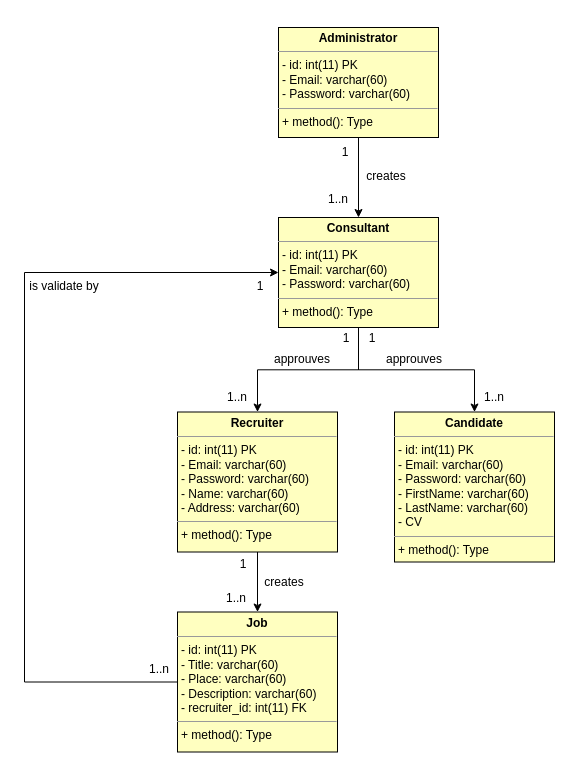
Before: page "Classe" (3 of 3) of agence.drawio in CaroVez/agenceRecrutement, a draw.io diagram. Source tidied: cells renumbered, new cells numbered last; positions are measured from the earlier drawing's top-left corner, leaving out a move shared by most shapes. Both pictures are drawn from the tidied source at 100%, with x=0, y=0 at pixel (24, 27).
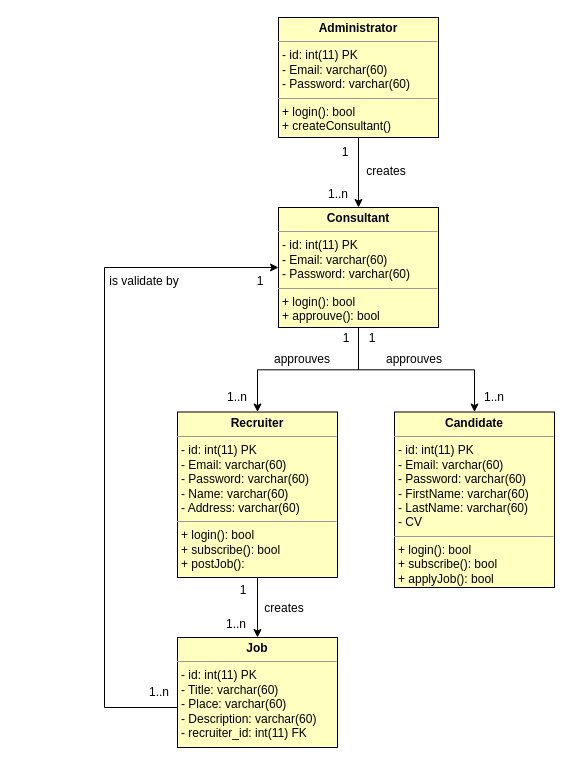
After the change.

The edit, as a diff of the source:
```diff
@@
-    <mxCell id="3" value="&lt;p style=&quot;margin:0px;margin-top:4px;text-align:center;&quot;&gt;&lt;b&gt;Administrator&lt;/b&gt;&lt;/p&gt;&lt;hr size=&quot;1&quot;&gt;&lt;p style=&quot;margin:0px;margin-left:4px;&quot;&gt;- id: int(11) PK&lt;/p&gt;&lt;p style=&quot;margin:0px;margin-left:4px;&quot;&gt;- Email: varchar(60)&lt;/p&gt;&lt;p style=&quot;margin:0px;margin-left:4px;&quot;&gt;- Password: varchar(60)&lt;/p&gt;&lt;hr size=&quot;1&quot;&gt;&lt;p style=&quot;margin:0px;margin-left:4px;&quot;&gt;+ method(): Type&lt;/p&gt;" style="verticalAlign=top;align=left;overflow=fill;fontSize=12;fontFamily=Helvetica;html=1;fillColor=#FFFFC0;" parent="1" vertex="1">
-      <mxGeometry x="254" width="160" height="110" as="geometry" />
+    <mxCell id="3" value="&lt;p style=&quot;margin:0px;margin-top:4px;text-align:center;&quot;&gt;&lt;b&gt;Administrator&lt;/b&gt;&lt;/p&gt;&lt;hr size=&quot;1&quot;&gt;&lt;p style=&quot;margin:0px;margin-left:4px;&quot;&gt;- id: int(11) PK&lt;/p&gt;&lt;p style=&quot;margin:0px;margin-left:4px;&quot;&gt;- Email: varchar(60)&lt;/p&gt;&lt;p style=&quot;margin:0px;margin-left:4px;&quot;&gt;- Password: varchar(60)&lt;/p&gt;&lt;hr size=&quot;1&quot;&gt;&lt;p style=&quot;margin:0px;margin-left:4px;&quot;&gt;+ login(): bool&lt;/p&gt;&lt;p style=&quot;margin:0px;margin-left:4px;&quot;&gt;+ createConsultant()&lt;/p&gt;" style="verticalAlign=top;align=left;overflow=fill;fontSize=12;fontFamily=Helvetica;html=1;fillColor=#FFFFC0;" parent="1" vertex="1">
+      <mxGeometry x="254" y="-10" width="160" height="120" as="geometry" />
     </mxCell>
@@
-    <mxCell id="6" value="&lt;p style=&quot;margin:0px;margin-top:4px;text-align:center;&quot;&gt;&lt;b&gt;Consultant&lt;/b&gt;&lt;/p&gt;&lt;hr size=&quot;1&quot;&gt;&lt;p style=&quot;margin:0px;margin-left:4px;&quot;&gt;- id: int(11) PK&lt;br&gt;&lt;/p&gt;&lt;p style=&quot;margin:0px;margin-left:4px;&quot;&gt;- Email: varchar(60)&lt;/p&gt;&lt;p style=&quot;margin:0px;margin-left:4px;&quot;&gt;- Password: varchar(60)&lt;/p&gt;&lt;hr size=&quot;1&quot;&gt;&lt;p style=&quot;margin:0px;margin-left:4px;&quot;&gt;+ method(): Type&lt;/p&gt;" style="verticalAlign=top;align=left;overflow=fill;fontSize=12;fontFamily=Helvetica;html=1;fillColor=#FFFFC0;" parent="1" vertex="1">
-      <mxGeometry x="254" y="190" width="160" height="110" as="geometry" />
+    <mxCell id="6" value="&lt;p style=&quot;margin:0px;margin-top:4px;text-align:center;&quot;&gt;&lt;b&gt;Consultant&lt;/b&gt;&lt;/p&gt;&lt;hr size=&quot;1&quot;&gt;&lt;p style=&quot;margin:0px;margin-left:4px;&quot;&gt;- id: int(11) PK&lt;br&gt;&lt;/p&gt;&lt;p style=&quot;margin:0px;margin-left:4px;&quot;&gt;- Email: varchar(60)&lt;/p&gt;&lt;p style=&quot;margin:0px;margin-left:4px;&quot;&gt;- Password: varchar(60)&lt;/p&gt;&lt;hr size=&quot;1&quot;&gt;&lt;p style=&quot;margin: 0px 0px 0px 4px;&quot;&gt;+ login(): bool&lt;/p&gt;&lt;p style=&quot;margin: 0px 0px 0px 4px;&quot;&gt;+ approuve(): bool&lt;/p&gt;" style="verticalAlign=top;align=left;overflow=fill;fontSize=12;fontFamily=Helvetica;html=1;fillColor=#FFFFC0;" parent="1" vertex="1">
+      <mxGeometry x="254" y="180" width="160" height="120" as="geometry" />
     </mxCell>
@@
-    <mxCell id="8" value="&lt;p style=&quot;margin:0px;margin-top:4px;text-align:center;&quot;&gt;&lt;b&gt;Recruiter&lt;/b&gt;&lt;/p&gt;&lt;hr size=&quot;1&quot;&gt;&lt;p style=&quot;margin:0px;margin-left:4px;&quot;&gt;- id: int(11) PK&lt;br&gt;&lt;/p&gt;&lt;p style=&quot;margin:0px;margin-left:4px;&quot;&gt;- Email: varchar(60)&lt;/p&gt;&lt;p style=&quot;margin:0px;margin-left:4px;&quot;&gt;- Password: varchar(60)&lt;/p&gt;&lt;p style=&quot;margin:0px;margin-left:4px;&quot;&gt;- Name: varchar(60)&lt;/p&gt;&lt;p style=&quot;margin:0px;margin-left:4px;&quot;&gt;- Address: varchar(60)&lt;/p&gt;&lt;hr size=&quot;1&quot;&gt;&lt;p style=&quot;margin:0px;margin-left:4px;&quot;&gt;+ method(): Type&lt;/p&gt;" style="verticalAlign=top;align=left;overflow=fill;fontSize=12;fontFamily=Helvetica;html=1;fillColor=#FFFFC0;" parent="1" vertex="1">
-      <mxGeometry x="153" y="384.5" width="160" height="140" as="geometry" />
+    <mxCell id="8" value="&lt;p style=&quot;margin:0px;margin-top:4px;text-align:center;&quot;&gt;&lt;b&gt;Recruiter&lt;/b&gt;&lt;/p&gt;&lt;hr size=&quot;1&quot;&gt;&lt;p style=&quot;margin:0px;margin-left:4px;&quot;&gt;- id: int(11) PK&lt;br&gt;&lt;/p&gt;&lt;p style=&quot;margin:0px;margin-left:4px;&quot;&gt;- Email: varchar(60)&lt;/p&gt;&lt;p style=&quot;margin:0px;margin-left:4px;&quot;&gt;- Password: varchar(60)&lt;/p&gt;&lt;p style=&quot;margin:0px;margin-left:4px;&quot;&gt;- Name: varchar(60)&lt;/p&gt;&lt;p style=&quot;margin:0px;margin-left:4px;&quot;&gt;- Address: varchar(60)&lt;/p&gt;&lt;hr size=&quot;1&quot;&gt;&lt;p style=&quot;margin: 0px 0px 0px 4px;&quot;&gt;+ login(): bool&lt;/p&gt;&lt;p style=&quot;margin: 0px 0px 0px 4px;&quot;&gt;+ subscribe(): bool&lt;/p&gt;&lt;p style=&quot;margin: 0px 0px 0px 4px;&quot;&gt;+ postJob():&lt;/p&gt;" style="verticalAlign=top;align=left;overflow=fill;fontSize=12;fontFamily=Helvetica;html=1;fillColor=#FFFFC0;" parent="1" vertex="1">
+      <mxGeometry x="153" y="384.5" width="160" height="165.5" as="geometry" />
     </mxCell>
-    <mxCell id="9" value="&lt;p style=&quot;margin:0px;margin-top:4px;text-align:center;&quot;&gt;&lt;b&gt;Candidate&lt;/b&gt;&lt;/p&gt;&lt;hr size=&quot;1&quot;&gt;&lt;p style=&quot;margin:0px;margin-left:4px;&quot;&gt;- id: int(11) PK&lt;br&gt;&lt;/p&gt;&lt;p style=&quot;margin:0px;margin-left:4px;&quot;&gt;- Email: varchar(60)&lt;/p&gt;&lt;p style=&quot;margin:0px;margin-left:4px;&quot;&gt;- Password: varchar(60)&lt;/p&gt;&lt;p style=&quot;margin:0px;margin-left:4px;&quot;&gt;- FirstName: varchar(60)&lt;/p&gt;&lt;p style=&quot;margin:0px;margin-left:4px;&quot;&gt;- LastName: varchar(60)&lt;/p&gt;&lt;p style=&quot;margin:0px;margin-left:4px;&quot;&gt;- CV&lt;/p&gt;&lt;hr size=&quot;1&quot;&gt;&lt;p style=&quot;margin:0px;margin-left:4px;&quot;&gt;+ method(): Type&lt;/p&gt;" style="verticalAlign=top;align=left;overflow=fill;fontSize=12;fontFamily=Helvetica;html=1;fillColor=#FFFFC0;" parent="1" vertex="1">
-      <mxGeometry x="370" y="384.5" width="160" height="150" as="geometry" />
+    <mxCell id="9" value="&lt;p style=&quot;margin:0px;margin-top:4px;text-align:center;&quot;&gt;&lt;b&gt;Candidate&lt;/b&gt;&lt;/p&gt;&lt;hr size=&quot;1&quot;&gt;&lt;p style=&quot;margin:0px;margin-left:4px;&quot;&gt;- id: int(11) PK&lt;br&gt;&lt;/p&gt;&lt;p style=&quot;margin:0px;margin-left:4px;&quot;&gt;- Email: varchar(60)&lt;/p&gt;&lt;p style=&quot;margin:0px;margin-left:4px;&quot;&gt;- Password: varchar(60)&lt;/p&gt;&lt;p style=&quot;margin:0px;margin-left:4px;&quot;&gt;- FirstName: varchar(60)&lt;/p&gt;&lt;p style=&quot;margin:0px;margin-left:4px;&quot;&gt;- LastName: varchar(60)&lt;/p&gt;&lt;p style=&quot;margin:0px;margin-left:4px;&quot;&gt;- CV&lt;/p&gt;&lt;hr size=&quot;1&quot;&gt;&lt;p style=&quot;margin: 0px 0px 0px 4px;&quot;&gt;+ login(): bool&lt;/p&gt;&lt;p style=&quot;margin: 0px 0px 0px 4px;&quot;&gt;+ subscribe(): bool&lt;/p&gt;&lt;p style=&quot;margin: 0px 0px 0px 4px;&quot;&gt;+ applyJob(): bool&lt;/p&gt;&lt;div&gt;&lt;br&gt;&lt;/div&gt;" style="verticalAlign=top;align=left;overflow=fill;fontSize=12;fontFamily=Helvetica;html=1;fillColor=#FFFFC0;" parent="1" vertex="1">
+      <mxGeometry x="370" y="384.5" width="160" height="175.5" as="geometry" />
     </mxCell>
     <mxCell id="10" style="edgeStyle=orthogonalEdgeStyle;rounded=0;jettySize=auto;html=1;entryX=0;entryY=0.5;entryDx=0;entryDy=0;" parent="1" edge="1" source="11" target="6">
       <mxGeometry relative="1" as="geometry">
         <Array as="points">
-          <mxPoint y="654" />
-          <mxPoint y="245" />
+          <mxPoint x="80" y="680" />
+          <mxPoint x="80" y="240" />
         </Array>
       </mxGeometry>
     </mxCell>
-    <mxCell id="11" value="&lt;p style=&quot;margin:0px;margin-top:4px;text-align:center;&quot;&gt;&lt;b&gt;Job&lt;/b&gt;&lt;/p&gt;&lt;hr size=&quot;1&quot;&gt;&lt;p style=&quot;margin:0px;margin-left:4px;&quot;&gt;- id: int(11) PK&lt;br&gt;&lt;/p&gt;&lt;p style=&quot;margin:0px;margin-left:4px;&quot;&gt;- Title: varchar(60)&lt;/p&gt;&lt;p style=&quot;margin:0px;margin-left:4px;&quot;&gt;- Place: varchar(60)&lt;/p&gt;&lt;p style=&quot;margin:0px;margin-left:4px;&quot;&gt;- Description: varchar(60)&lt;/p&gt;&lt;p style=&quot;margin:0px;margin-left:4px;&quot;&gt;- recruiter_id: int(11) FK&lt;/p&gt;&lt;hr size=&quot;1&quot;&gt;&lt;p style=&quot;margin:0px;margin-left:4px;&quot;&gt;+ method(): Type&lt;/p&gt;" style="verticalAlign=top;align=left;overflow=fill;fontSize=12;fontFamily=Helvetica;html=1;fillColor=#FFFFC0;" parent="1" vertex="1">
-      <mxGeometry x="153" y="584.5" width="160" height="140" as="geometry" />
+    <mxCell id="11" value="&lt;p style=&quot;margin:0px;margin-top:4px;text-align:center;&quot;&gt;&lt;b&gt;Job&lt;/b&gt;&lt;/p&gt;&lt;hr size=&quot;1&quot;&gt;&lt;p style=&quot;margin:0px;margin-left:4px;&quot;&gt;- id: int(11) PK&lt;br&gt;&lt;/p&gt;&lt;p style=&quot;margin:0px;margin-left:4px;&quot;&gt;- Title: varchar(60)&lt;/p&gt;&lt;p style=&quot;margin:0px;margin-left:4px;&quot;&gt;- Place: varchar(60)&lt;/p&gt;&lt;p style=&quot;margin:0px;margin-left:4px;&quot;&gt;- Description: varchar(60)&lt;/p&gt;&lt;p style=&quot;margin:0px;margin-left:4px;&quot;&gt;- recruiter_id: int(11) FK&lt;/p&gt;&lt;p style=&quot;margin:0px;margin-left:4px;&quot;&gt;&lt;br&gt;&lt;/p&gt;" style="verticalAlign=top;align=left;overflow=fill;fontSize=12;fontFamily=Helvetica;html=1;fillColor=#FFFFC0;" parent="1" vertex="1">
+      <mxGeometry x="153" y="610" width="160" height="110" as="geometry" />
     </mxCell>
     <mxCell id="12" value="1..n" style="text;html=1;strokeColor=none;fillColor=none;align=center;verticalAlign=middle;whiteSpace=wrap;rounded=0;" parent="1" vertex="1">
-      <mxGeometry x="105" y="627" width="60" height="30" as="geometry" />
+      <mxGeometry x="105" y="650" width="60" height="30" as="geometry" />
     </mxCell>
     <mxCell id="13" value="1" style="text;html=1;strokeColor=none;fillColor=none;align=center;verticalAlign=middle;whiteSpace=wrap;rounded=0;" parent="1" vertex="1">
-      <mxGeometry x="206" y="244" width="60" height="30" as="geometry" />
+      <mxGeometry x="206" y="239" width="60" height="30" as="geometry" />
     </mxCell>
     <mxCell id="14" value="is validate by" style="text;html=1;strokeColor=none;fillColor=none;align=center;verticalAlign=middle;whiteSpace=wrap;rounded=0;" parent="1" vertex="1">
-      <mxGeometry y="244" width="80" height="30" as="geometry" />
+      <mxGeometry x="80" y="239" width="80" height="30" as="geometry" />
     </mxCell>
@@
     <mxCell id="21" value="creates" style="text;html=1;strokeColor=none;fillColor=none;align=center;verticalAlign=middle;whiteSpace=wrap;rounded=0;" parent="1" vertex="1">
-      <mxGeometry x="220" y="540" width="80" height="30" as="geometry" />
+      <mxGeometry x="220" y="566" width="80" height="30" as="geometry" />
     </mxCell>
     <mxCell id="22" value="1..n" style="text;html=1;strokeColor=none;fillColor=none;align=center;verticalAlign=middle;whiteSpace=wrap;rounded=0;" parent="1" vertex="1">
-      <mxGeometry x="182" y="556" width="60" height="30" as="geometry" />
+      <mxGeometry x="182" y="582" width="60" height="30" as="geometry" />
     </mxCell>
     <mxCell id="23" value="1" style="text;html=1;strokeColor=none;fillColor=none;align=center;verticalAlign=middle;whiteSpace=wrap;rounded=0;" parent="1" vertex="1">
-      <mxGeometry x="189" y="522" width="60" height="30" as="geometry" />
+      <mxGeometry x="189" y="548" width="60" height="30" as="geometry" />
     </mxCell>
     <mxCell id="24" value="creates" style="text;html=1;strokeColor=none;fillColor=none;align=center;verticalAlign=middle;whiteSpace=wrap;rounded=0;" parent="1" vertex="1">
-      <mxGeometry x="322" y="134" width="80" height="30" as="geometry" />
+      <mxGeometry x="322" y="129" width="80" height="30" as="geometry" />
     </mxCell>
     <mxCell id="25" value="1..n" style="text;html=1;strokeColor=none;fillColor=none;align=center;verticalAlign=middle;whiteSpace=wrap;rounded=0;" parent="1" vertex="1">
-      <mxGeometry x="284" y="157" width="60" height="30" as="geometry" />
+      <mxGeometry x="284" y="152" width="60" height="30" as="geometry" />
     </mxCell>
```
